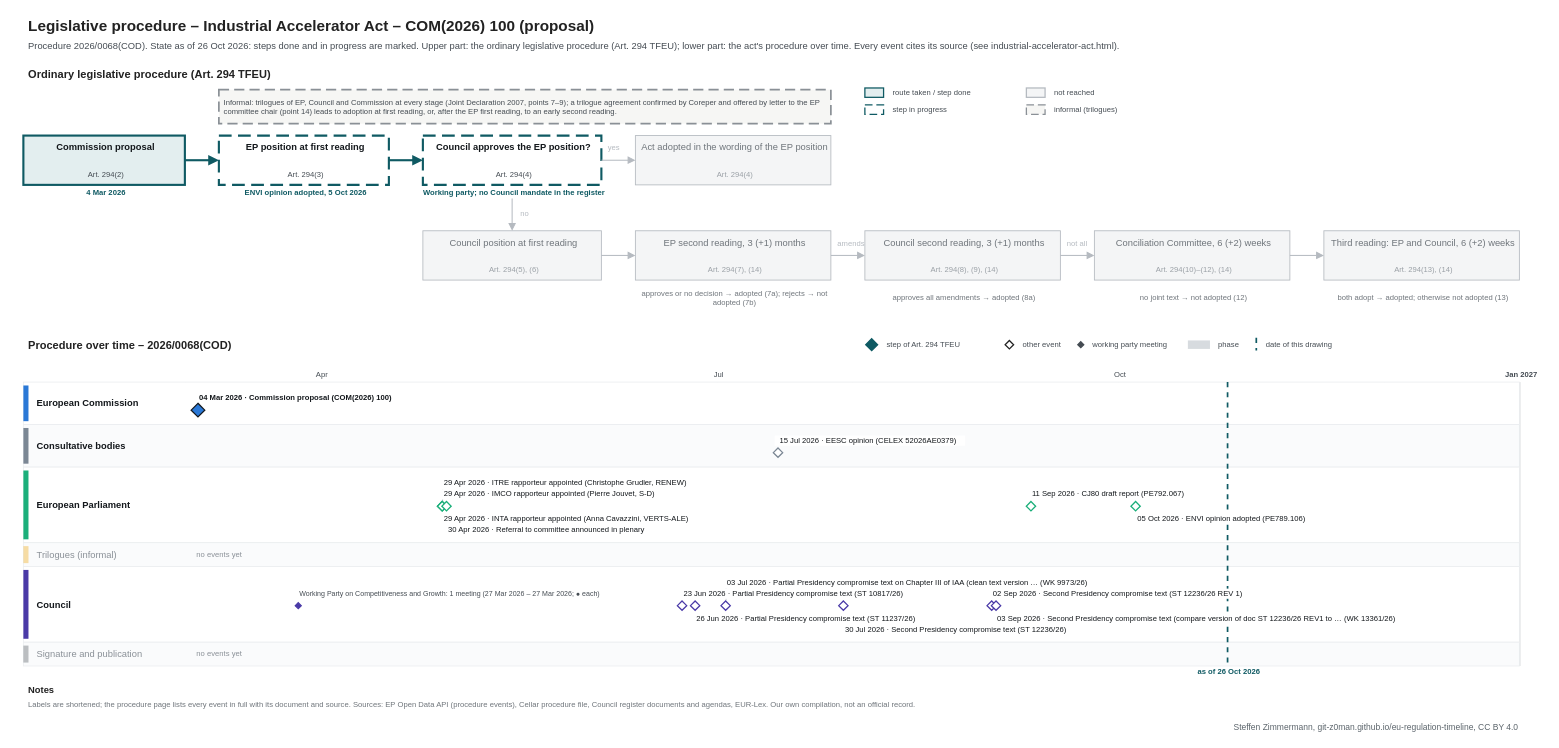
Above: procedures/industrial-accelerator-act.drawio in git-z0man/eu-regulation-timeline (draw.io), before the change. Source tidied: cells renumbered, new cells numbered last; positions are measured from the earlier drawing's top-left corner, leaving out a move shared by most shapes. Both pictures are drawn from the tidied source at 85%, with x=0, y=0 at pixel (14, 14).
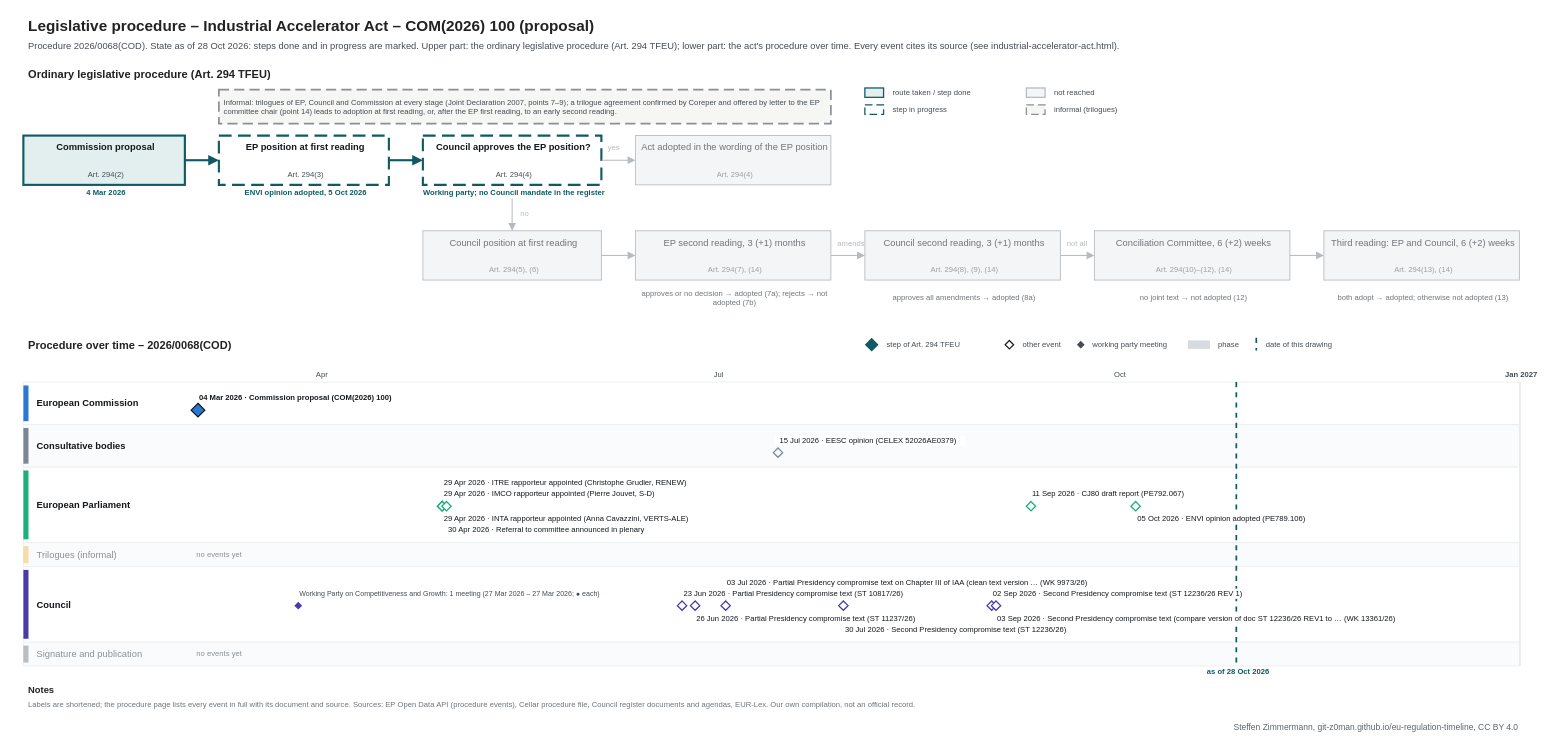
The same page after the edit.

What changed in the source:
```diff
@@
-    <mxCell id="3" value="Procedure 2026/0068(COD). State as of 26 Oct 2026: steps done and in progress are marked. Upper part: the ordinary legislative procedure (Art. 294 TFEU); lower part: the act's procedure over time. Every event cites its source (see industrial-accelerator-act.html)." style="text;html=1;fontSize=11;fontColor=#454c53;align=left;verticalAlign=middle;spacingLeft=4;" parent="1" vertex="1">
+    <mxCell id="3" value="Procedure 2026/0068(COD). State as of 28 Oct 2026: steps done and in progress are marked. Upper part: the ordinary legislative procedure (Art. 294 TFEU); lower part: the act's procedure over time. Every event cites its source (see industrial-accelerator-act.html)." style="text;html=1;fontSize=11;fontColor=#454c53;align=left;verticalAlign=middle;spacingLeft=4;" parent="1" vertex="1">
       <mxGeometry x="10" y="28" width="1700" height="18" as="geometry" />
     </mxCell>
@@
     <mxCell id="107" style="line;html=1;strokeWidth=2;strokeColor=#0f5a63;direction=south;dashed=1;" parent="1" vertex="1">
-      <mxGeometry x="1426.2" y="432" width="1" height="334" as="geometry" />
+      <mxGeometry x="1436.5" y="432" width="1" height="334" as="geometry" />
     </mxCell>
-    <mxCell id="108" value="as of 26 Oct 2026" style="text;html=1;fontSize=9;fontColor=#0f5a63;align=center;verticalAlign=middle;spacingLeft=4;fontStyle=1;" parent="1" vertex="1">
-      <mxGeometry x="1366.2" y="767" width="120" height="12" as="geometry" />
+    <mxCell id="108" value="as of 28 Oct 2026" style="text;html=1;fontSize=9;fontColor=#0f5a63;align=center;verticalAlign=middle;spacingLeft=4;fontStyle=1;" parent="1" vertex="1">
+      <mxGeometry x="1376.5" y="767" width="120" height="12" as="geometry" />
     </mxCell>
```
